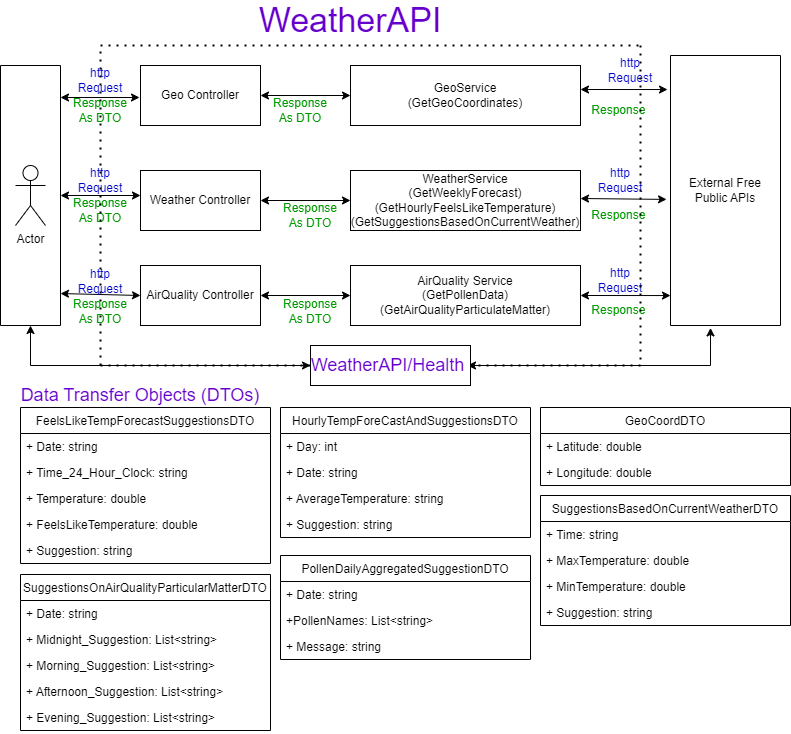
Earlier version of the draw.io export WeatherAPI/MVC Diagram/WeatherAPI_MVC.png (2022-checkout-api-a-team-alpha-team/Code). Source tidied: cells renumbered, new cells last; positions are measured from the earlier drawing's top-left corner, leaving out a move shared by most shapes.
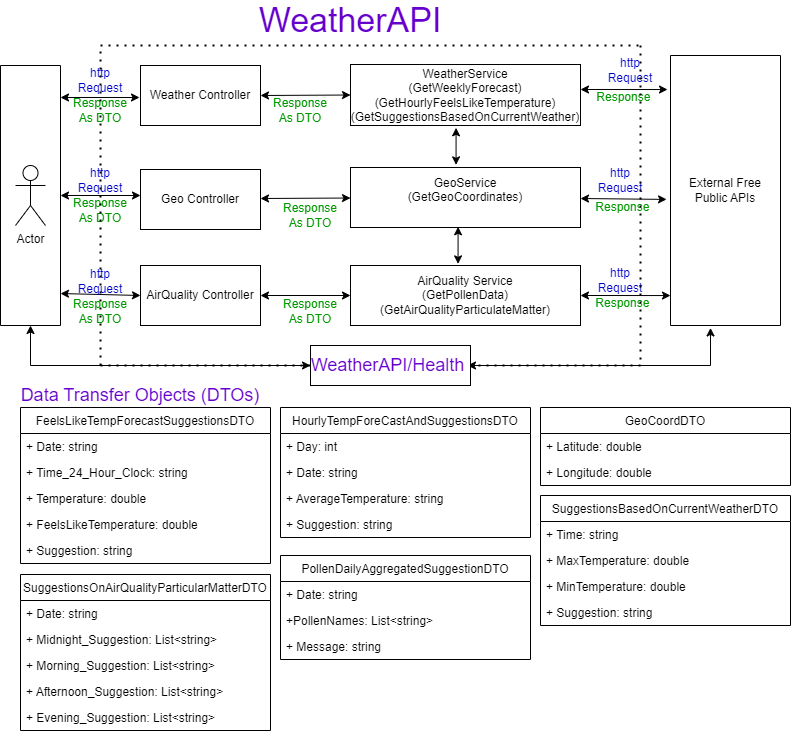
After the change.

Commit message:
Modified WeatherAPI_MVC.png file to mention the connection between GeoService with Weather/AirQuality Services.

The edit, as a diff of the source:
```diff
@@ -52,9 +52,6 @@
     <mxCell id="16" style="endArrow=classic;startArrow=classic;html=1;rounded=0;entryX=0;entryY=0.5;entryDx=0;entryDy=0;exitX=1;exitY=0.5;exitDx=0;exitDy=0;" parent="1" edge="1" source="24" target="21">
       <mxGeometry relative="1" as="geometry" />
     </mxCell>
-    <mxCell id="17" style="endArrow=classic;startArrow=classic;html=1;rounded=0;entryX=0;entryY=0.5;entryDx=0;entryDy=0;exitX=1;exitY=0.5;exitDx=0;exitDy=0;" parent="1" edge="1" source="25" target="22">
-      <mxGeometry relative="1" as="geometry" />
-    </mxCell>
     <mxCell id="18" style="endArrow=classic;startArrow=classic;html=1;rounded=0;entryX=0;entryY=0.5;entryDx=0;entryDy=0;exitX=1;exitY=0.5;exitDx=0;exitDy=0;" parent="1" edge="1" source="26" target="23">
       <mxGeometry relative="1" as="geometry" />
     </mxCell>
@@ -68,20 +65,20 @@
         <mxPoint x="670" y="290" as="targetPoint" />
       </mxGeometry>
     </mxCell>
-    <mxCell id="21" value="GeoService&lt;br&gt;(GetGeoCoordinates)" style="rounded=0;whiteSpace=wrap;html=1;" parent="1" vertex="1">
-      <mxGeometry x="350" y="60" width="230" height="60" as="geometry" />
+    <mxCell id="21" value="WeatherService&lt;br&gt;(GetWeeklyForecast)&lt;br&gt;(GetHourlyFeelsLikeTemperature)&lt;br&gt;(GetSuggestionsBasedOnCurrentWeather)" style="rounded=0;whiteSpace=wrap;html=1;" parent="1" vertex="1">
+      <mxGeometry x="350" y="59" width="230" height="61" as="geometry" />
     </mxCell>
-    <mxCell id="22" value="WeatherService&lt;br&gt;(GetWeeklyForecast)&lt;br&gt;(GetHourlyFeelsLikeTemperature)&lt;br&gt;(GetSuggestionsBasedOnCurrentWeather)" style="rounded=0;whiteSpace=wrap;html=1;" parent="1" vertex="1">
-      <mxGeometry x="350" y="165" width="230" height="60" as="geometry" />
+    <mxCell id="22" value="&#10;&lt;span style=&quot;color: rgb(0, 0, 0); font-family: Helvetica; font-size: 12px; font-style: normal; font-variant-ligatures: normal; font-variant-caps: normal; font-weight: 400; letter-spacing: normal; orphans: 2; text-align: center; text-indent: 0px; text-transform: none; widows: 2; word-spacing: 0px; -webkit-text-stroke-width: 0px; background-color: rgb(255, 255, 255); text-decoration-thickness: initial; text-decoration-style: initial; text-decoration-color: initial; float: none; display: inline !important;&quot;&gt;GeoService&lt;/span&gt;&lt;br style=&quot;color: rgb(0, 0, 0); font-family: Helvetica; font-size: 12px; font-style: normal; font-variant-ligatures: normal; font-variant-caps: normal; font-weight: 400; letter-spacing: normal; orphans: 2; text-align: center; text-indent: 0px; text-transform: none; widows: 2; word-spacing: 0px; -webkit-text-stroke-width: 0px; background-color: rgb(255, 255, 255); text-decoration-thickness: initial; text-decoration-style: initial; text-decoration-color: initial;&quot;&gt;&lt;span style=&quot;color: rgb(0, 0, 0); font-family: Helvetica; font-size: 12px; font-style: normal; font-variant-ligatures: normal; font-variant-caps: normal; font-weight: 400; letter-spacing: normal; orphans: 2; text-align: center; text-indent: 0px; text-transform: none; widows: 2; word-spacing: 0px; -webkit-text-stroke-width: 0px; background-color: rgb(255, 255, 255); text-decoration-thickness: initial; text-decoration-style: initial; text-decoration-color: initial; float: none; display: inline !important;&quot;&gt;(GetGeoCoordinates)&lt;/span&gt;&#10;&#10;" style="rounded=0;whiteSpace=wrap;html=1;" parent="1" vertex="1">
+      <mxGeometry x="350" y="162" width="230" height="60" as="geometry" />
     </mxCell>
     <mxCell id="23" value="AirQuality Service&lt;br&gt;(GetPollenData)&lt;br&gt;(GetAirQualityParticulateMatter)" style="rounded=0;whiteSpace=wrap;html=1;" parent="1" vertex="1">
       <mxGeometry x="350" y="260" width="230" height="60" as="geometry" />
     </mxCell>
-    <mxCell id="24" value="Geo Controller" style="rounded=0;whiteSpace=wrap;html=1;" parent="1" vertex="1">
+    <mxCell id="24" value="Weather Controller" style="rounded=0;whiteSpace=wrap;html=1;" parent="1" vertex="1">
       <mxGeometry x="140" y="60" width="120" height="60" as="geometry" />
     </mxCell>
-    <mxCell id="25" value="Weather Controller" style="rounded=0;whiteSpace=wrap;html=1;" parent="1" vertex="1">
-      <mxGeometry x="140" y="165" width="120" height="60" as="geometry" />
+    <mxCell id="25" value="Geo Controller" style="rounded=0;whiteSpace=wrap;html=1;" parent="1" vertex="1">
+      <mxGeometry x="140" y="164" width="120" height="60" as="geometry" />
     </mxCell>
     <mxCell id="26" value="AirQuality Controller" style="rounded=0;whiteSpace=wrap;html=1;" parent="1" vertex="1">
       <mxGeometry x="140" y="260" width="120" height="60" as="geometry" />
@@ -143,13 +140,13 @@
       <mxGeometry x="590" y="260" width="60" height="30" as="geometry" />
     </mxCell>
     <mxCell id="45" value="&lt;font color=&quot;#009900&quot;&gt;Response&amp;nbsp;&lt;/font&gt;" style="text;html=1;strokeColor=none;fillColor=none;align=center;verticalAlign=middle;whiteSpace=wrap;rounded=0;fontColor=#0000CC;" parent="1" vertex="1">
-      <mxGeometry x="590" y="290" width="60" height="30" as="geometry" />
+      <mxGeometry x="594" y="283" width="60" height="30" as="geometry" />
     </mxCell>
     <mxCell id="46" value="&lt;font color=&quot;#009900&quot;&gt;Response&amp;nbsp;&lt;/font&gt;" style="text;html=1;strokeColor=none;fillColor=none;align=center;verticalAlign=middle;whiteSpace=wrap;rounded=0;fontColor=#0000CC;" parent="1" vertex="1">
-      <mxGeometry x="590" y="195" width="60" height="30" as="geometry" />
+      <mxGeometry x="594" y="187" width="60" height="30" as="geometry" />
     </mxCell>
     <mxCell id="47" value="&lt;font color=&quot;#009900&quot;&gt;Response&amp;nbsp;&lt;/font&gt;" style="text;html=1;strokeColor=none;fillColor=none;align=center;verticalAlign=middle;whiteSpace=wrap;rounded=0;fontColor=#0000CC;" parent="1" vertex="1">
-      <mxGeometry x="590" y="90" width="60" height="30" as="geometry" />
+      <mxGeometry x="595" y="77" width="60" height="30" as="geometry" />
     </mxCell>
     <mxCell id="48" value="&lt;font color=&quot;#009900&quot;&gt;Response As DTO&lt;/font&gt;" style="text;html=1;strokeColor=none;fillColor=none;align=center;verticalAlign=middle;whiteSpace=wrap;rounded=0;fontColor=#0000CC;" parent="1" vertex="1">
       <mxGeometry x="70" y="291" width="60" height="30" as="geometry" />
@@ -252,5 +249,20 @@
     <mxCell id="73" value="+ Message: string" style="text;strokeColor=none;fillColor=none;align=left;verticalAlign=top;spacingLeft=4;spacingRight=4;overflow=hidden;" parent="70" vertex="1">
       <mxGeometry y="78" width="250" height="26" as="geometry" />
     </mxCell>
+    <mxCell id="74" style="endArrow=classic;startArrow=classic;html=1;rounded=0;fontSize=34;fontColor=#6600CC;entryX=0.459;entryY=1.038;entryDx=0;entryDy=0;entryPerimeter=0;exitX=0.459;exitY=-0.044;exitDx=0;exitDy=0;exitPerimeter=0;" parent="1" edge="1" source="22" target="21">
+      <mxGeometry relative="1" as="geometry" />
+    </mxCell>
+    <mxCell id="75" style="endArrow=classic;startArrow=classic;html=1;rounded=0;entryX=0;entryY=0.5;entryDx=0;entryDy=0;exitX=1;exitY=0.5;exitDx=0;exitDy=0;" parent="1" edge="1">
+      <mxGeometry relative="1" as="geometry">
+        <mxPoint x="260" y="193" as="sourcePoint" />
+        <mxPoint x="350" y="192.5" as="targetPoint" />
+      </mxGeometry>
+    </mxCell>
+    <mxCell id="76" style="endArrow=classic;startArrow=classic;html=1;rounded=0;fontSize=34;fontColor=#6600CC;entryX=0.459;entryY=1.038;entryDx=0;entryDy=0;entryPerimeter=0;exitX=0.459;exitY=-0.044;exitDx=0;exitDy=0;exitPerimeter=0;" parent="1" edge="1">
+      <mxGeometry relative="1" as="geometry">
+        <mxPoint x="457.6" y="258.4" as="sourcePoint" />
+        <mxPoint x="457.6" y="221.3" as="targetPoint" />
+      </mxGeometry>
+    </mxCell>
   </root>
 </mxGraphModel>
```
